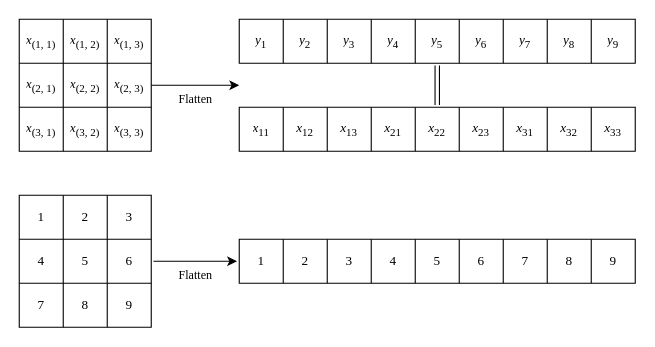
Before: page "flatten-matrix" (4 of 7) of img/layers.drawio in dragoon8192/LaundryTag, a draw.io diagram. Source tidied: cells renumbered, new cells numbered last; positions are measured from the earlier drawing's top-left corner, leaving out a move shared by most shapes. Both pictures are drawn from the tidied source at 110%, with x=0, y=0 at pixel (19, 19).
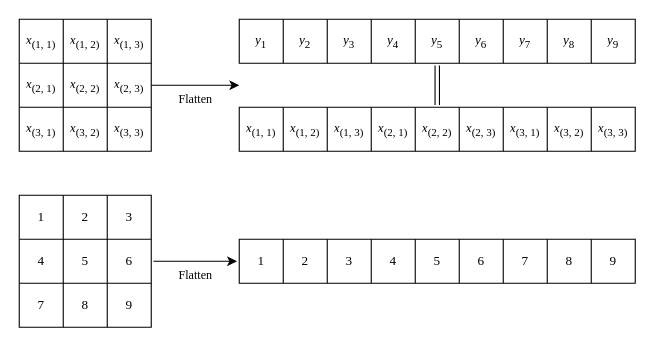
Above is the later version.

The change refers to these unchanged cells:
```xml
<mxCell id="53" style="shape=tableRow;horizontal=0;startSize=0;swimlaneHead=0;swimlaneBody=0;top=0;left=0;bottom=0;right=0;fillColor=none;points=[[0,0.5],[1,0.5]];portConstraint=eastwest;fontFamily=Times New Roman;" parent="52" vertex="1">
  <mxGeometry width="360" height="40" as="geometry" />
</mxCell>
```

Change to the diagram source:
```diff
@@
-    <mxCell id="54" value="&lt;i&gt;x&lt;/i&gt;&lt;sub&gt;11&lt;/sub&gt;" style="shape=partialRectangle;html=1;whiteSpace=wrap;fillColor=none;top=0;left=0;bottom=0;right=0;overflow=hidden;fontFamily=Times New Roman;" parent="53" vertex="1">
+    <mxCell id="54" value="&lt;i&gt;x&lt;/i&gt;&lt;sub&gt;(1, 1)&lt;/sub&gt;" style="shape=partialRectangle;html=1;whiteSpace=wrap;fillColor=none;top=0;left=0;bottom=0;right=0;overflow=hidden;fontFamily=Times New Roman;" parent="53" vertex="1">
       <mxGeometry width="40" height="40" as="geometry" />
     </mxCell>
-    <mxCell id="55" value="&lt;i&gt;x&lt;/i&gt;&lt;sub&gt;12&lt;/sub&gt;" style="shape=partialRectangle;html=1;whiteSpace=wrap;fillColor=none;top=0;left=0;bottom=0;right=0;overflow=hidden;fontFamily=Times New Roman;" parent="53" vertex="1">
+    <mxCell id="55" value="&lt;i&gt;x&lt;/i&gt;&lt;sub&gt;(1, 2)&lt;/sub&gt;" style="shape=partialRectangle;html=1;whiteSpace=wrap;fillColor=none;top=0;left=0;bottom=0;right=0;overflow=hidden;fontFamily=Times New Roman;" parent="53" vertex="1">
       <mxGeometry x="40" width="40" height="40" as="geometry" />
     </mxCell>
-    <mxCell id="56" value="&lt;i&gt;x&lt;/i&gt;&lt;sub&gt;13&lt;/sub&gt;" style="shape=partialRectangle;html=1;whiteSpace=wrap;fillColor=none;top=0;left=0;bottom=0;right=0;overflow=hidden;fontFamily=Times New Roman;" parent="53" vertex="1">
+    <mxCell id="56" value="&lt;i&gt;x&lt;/i&gt;&lt;sub&gt;(1, 3)&lt;/sub&gt;" style="shape=partialRectangle;html=1;whiteSpace=wrap;fillColor=none;top=0;left=0;bottom=0;right=0;overflow=hidden;fontFamily=Times New Roman;" parent="53" vertex="1">
       <mxGeometry x="80" width="40" height="40" as="geometry" />
     </mxCell>
-    <mxCell id="57" value="&lt;i&gt;x&lt;/i&gt;&lt;sub&gt;21&lt;/sub&gt;" style="shape=partialRectangle;html=1;whiteSpace=wrap;fillColor=none;top=0;left=0;bottom=0;right=0;overflow=hidden;fontFamily=Times New Roman;" parent="53" vertex="1">
+    <mxCell id="57" value="&lt;i&gt;x&lt;/i&gt;&lt;sub&gt;(2, 1)&lt;/sub&gt;" style="shape=partialRectangle;html=1;whiteSpace=wrap;fillColor=none;top=0;left=0;bottom=0;right=0;overflow=hidden;fontFamily=Times New Roman;" parent="53" vertex="1">
       <mxGeometry x="120" width="40" height="40" as="geometry" />
     </mxCell>
-    <mxCell id="58" value="&lt;i&gt;x&lt;/i&gt;&lt;sub&gt;22&lt;/sub&gt;" style="shape=partialRectangle;html=1;whiteSpace=wrap;fillColor=none;top=0;left=0;bottom=0;right=0;overflow=hidden;fontFamily=Times New Roman;" parent="53" vertex="1">
+    <mxCell id="58" value="&lt;i&gt;x&lt;/i&gt;&lt;sub&gt;(2, 2)&lt;/sub&gt;" style="shape=partialRectangle;html=1;whiteSpace=wrap;fillColor=none;top=0;left=0;bottom=0;right=0;overflow=hidden;fontFamily=Times New Roman;" parent="53" vertex="1">
       <mxGeometry x="160" width="40" height="40" as="geometry" />
     </mxCell>
-    <mxCell id="59" value="&lt;i&gt;x&lt;/i&gt;&lt;sub&gt;23&lt;/sub&gt;" style="shape=partialRectangle;html=1;whiteSpace=wrap;fillColor=none;top=0;left=0;bottom=0;right=0;overflow=hidden;fontFamily=Times New Roman;" parent="53" vertex="1">
+    <mxCell id="59" value="&lt;i&gt;x&lt;/i&gt;&lt;sub&gt;(2, 3)&lt;/sub&gt;" style="shape=partialRectangle;html=1;whiteSpace=wrap;fillColor=none;top=0;left=0;bottom=0;right=0;overflow=hidden;fontFamily=Times New Roman;" parent="53" vertex="1">
       <mxGeometry x="200" width="40" height="40" as="geometry" />
     </mxCell>
-    <mxCell id="60" value="&lt;i&gt;x&lt;/i&gt;&lt;sub&gt;31&lt;/sub&gt;" style="shape=partialRectangle;html=1;whiteSpace=wrap;fillColor=none;top=0;left=0;bottom=0;right=0;overflow=hidden;fontFamily=Times New Roman;" parent="53" vertex="1">
+    <mxCell id="60" value="&lt;i&gt;x&lt;/i&gt;&lt;sub&gt;(3, 1)&lt;/sub&gt;" style="shape=partialRectangle;html=1;whiteSpace=wrap;fillColor=none;top=0;left=0;bottom=0;right=0;overflow=hidden;fontFamily=Times New Roman;" parent="53" vertex="1">
       <mxGeometry x="240" width="40" height="40" as="geometry" />
     </mxCell>
-    <mxCell id="61" value="&lt;i&gt;x&lt;/i&gt;&lt;sub&gt;32&lt;/sub&gt;" style="shape=partialRectangle;html=1;whiteSpace=wrap;fillColor=none;top=0;left=0;bottom=0;right=0;overflow=hidden;fontFamily=Times New Roman;" parent="53" vertex="1">
+    <mxCell id="61" value="&lt;i&gt;x&lt;/i&gt;&lt;sub&gt;(3, 2)&lt;/sub&gt;" style="shape=partialRectangle;html=1;whiteSpace=wrap;fillColor=none;top=0;left=0;bottom=0;right=0;overflow=hidden;fontFamily=Times New Roman;" parent="53" vertex="1">
       <mxGeometry x="280" width="40" height="40" as="geometry" />
     </mxCell>
-    <mxCell id="62" value="&lt;i&gt;x&lt;/i&gt;&lt;sub&gt;33&lt;/sub&gt;" style="shape=partialRectangle;html=1;whiteSpace=wrap;fillColor=none;top=0;left=0;bottom=0;right=0;overflow=hidden;fontFamily=Times New Roman;" parent="53" vertex="1">
+    <mxCell id="62" value="&lt;i&gt;x&lt;/i&gt;&lt;sub&gt;(3, 3)&lt;/sub&gt;" style="shape=partialRectangle;html=1;whiteSpace=wrap;fillColor=none;top=0;left=0;bottom=0;right=0;overflow=hidden;fontFamily=Times New Roman;" parent="53" vertex="1">
       <mxGeometry x="320" width="40" height="40" as="geometry" />
     </mxCell>
```
